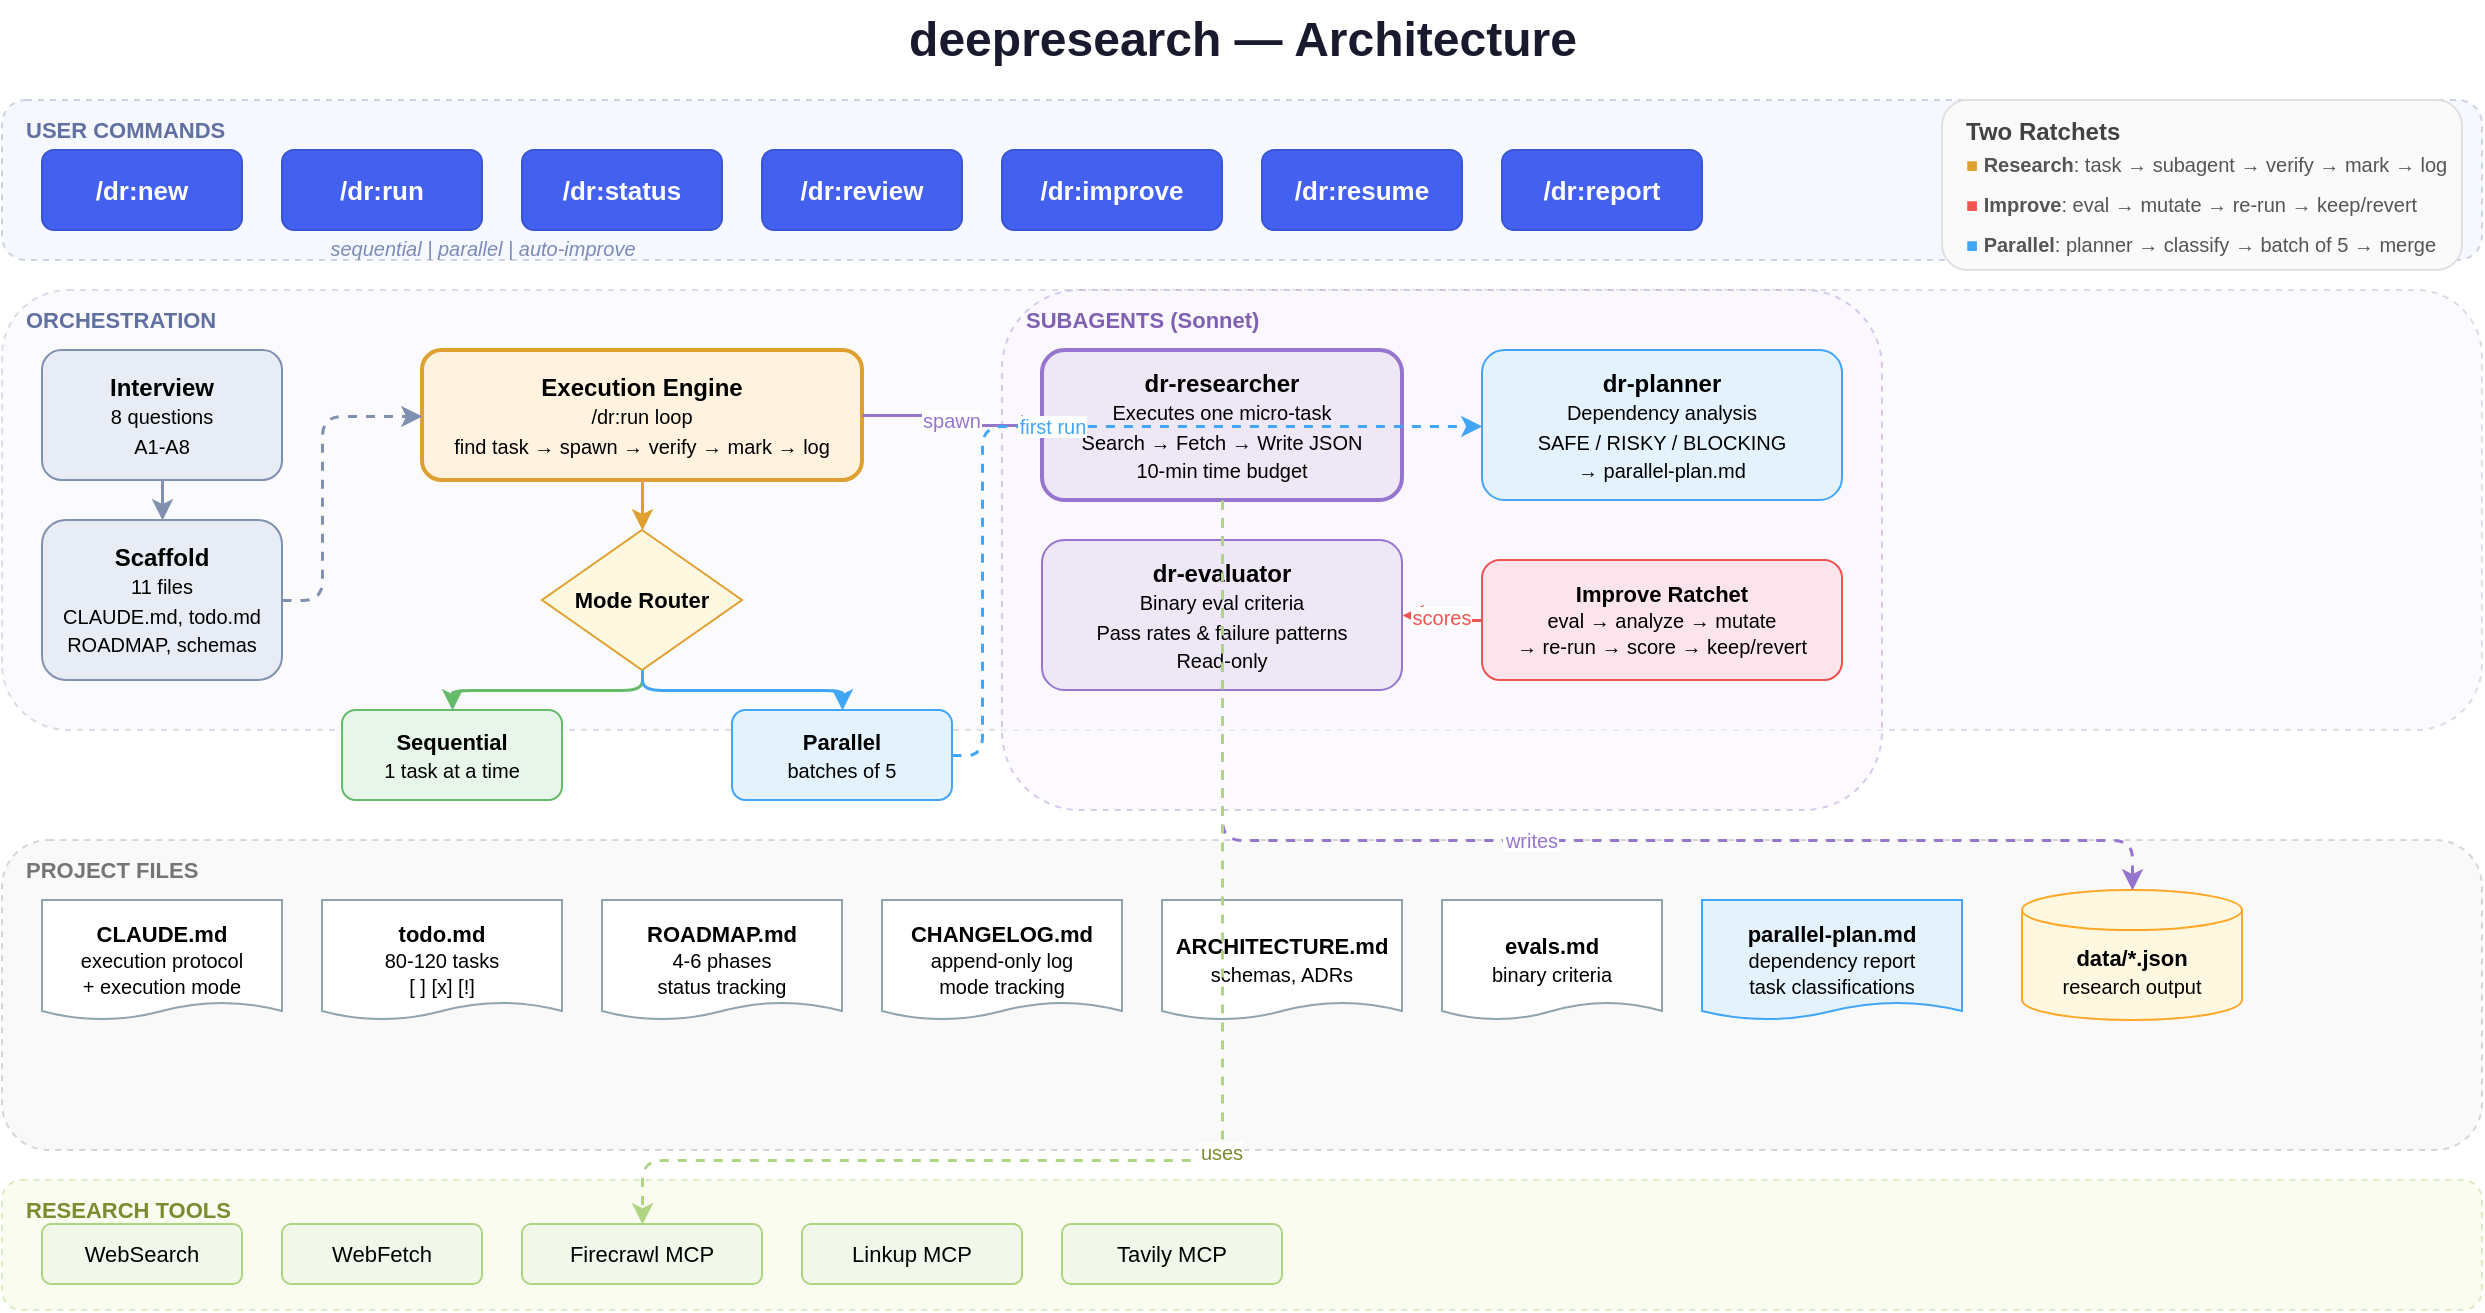
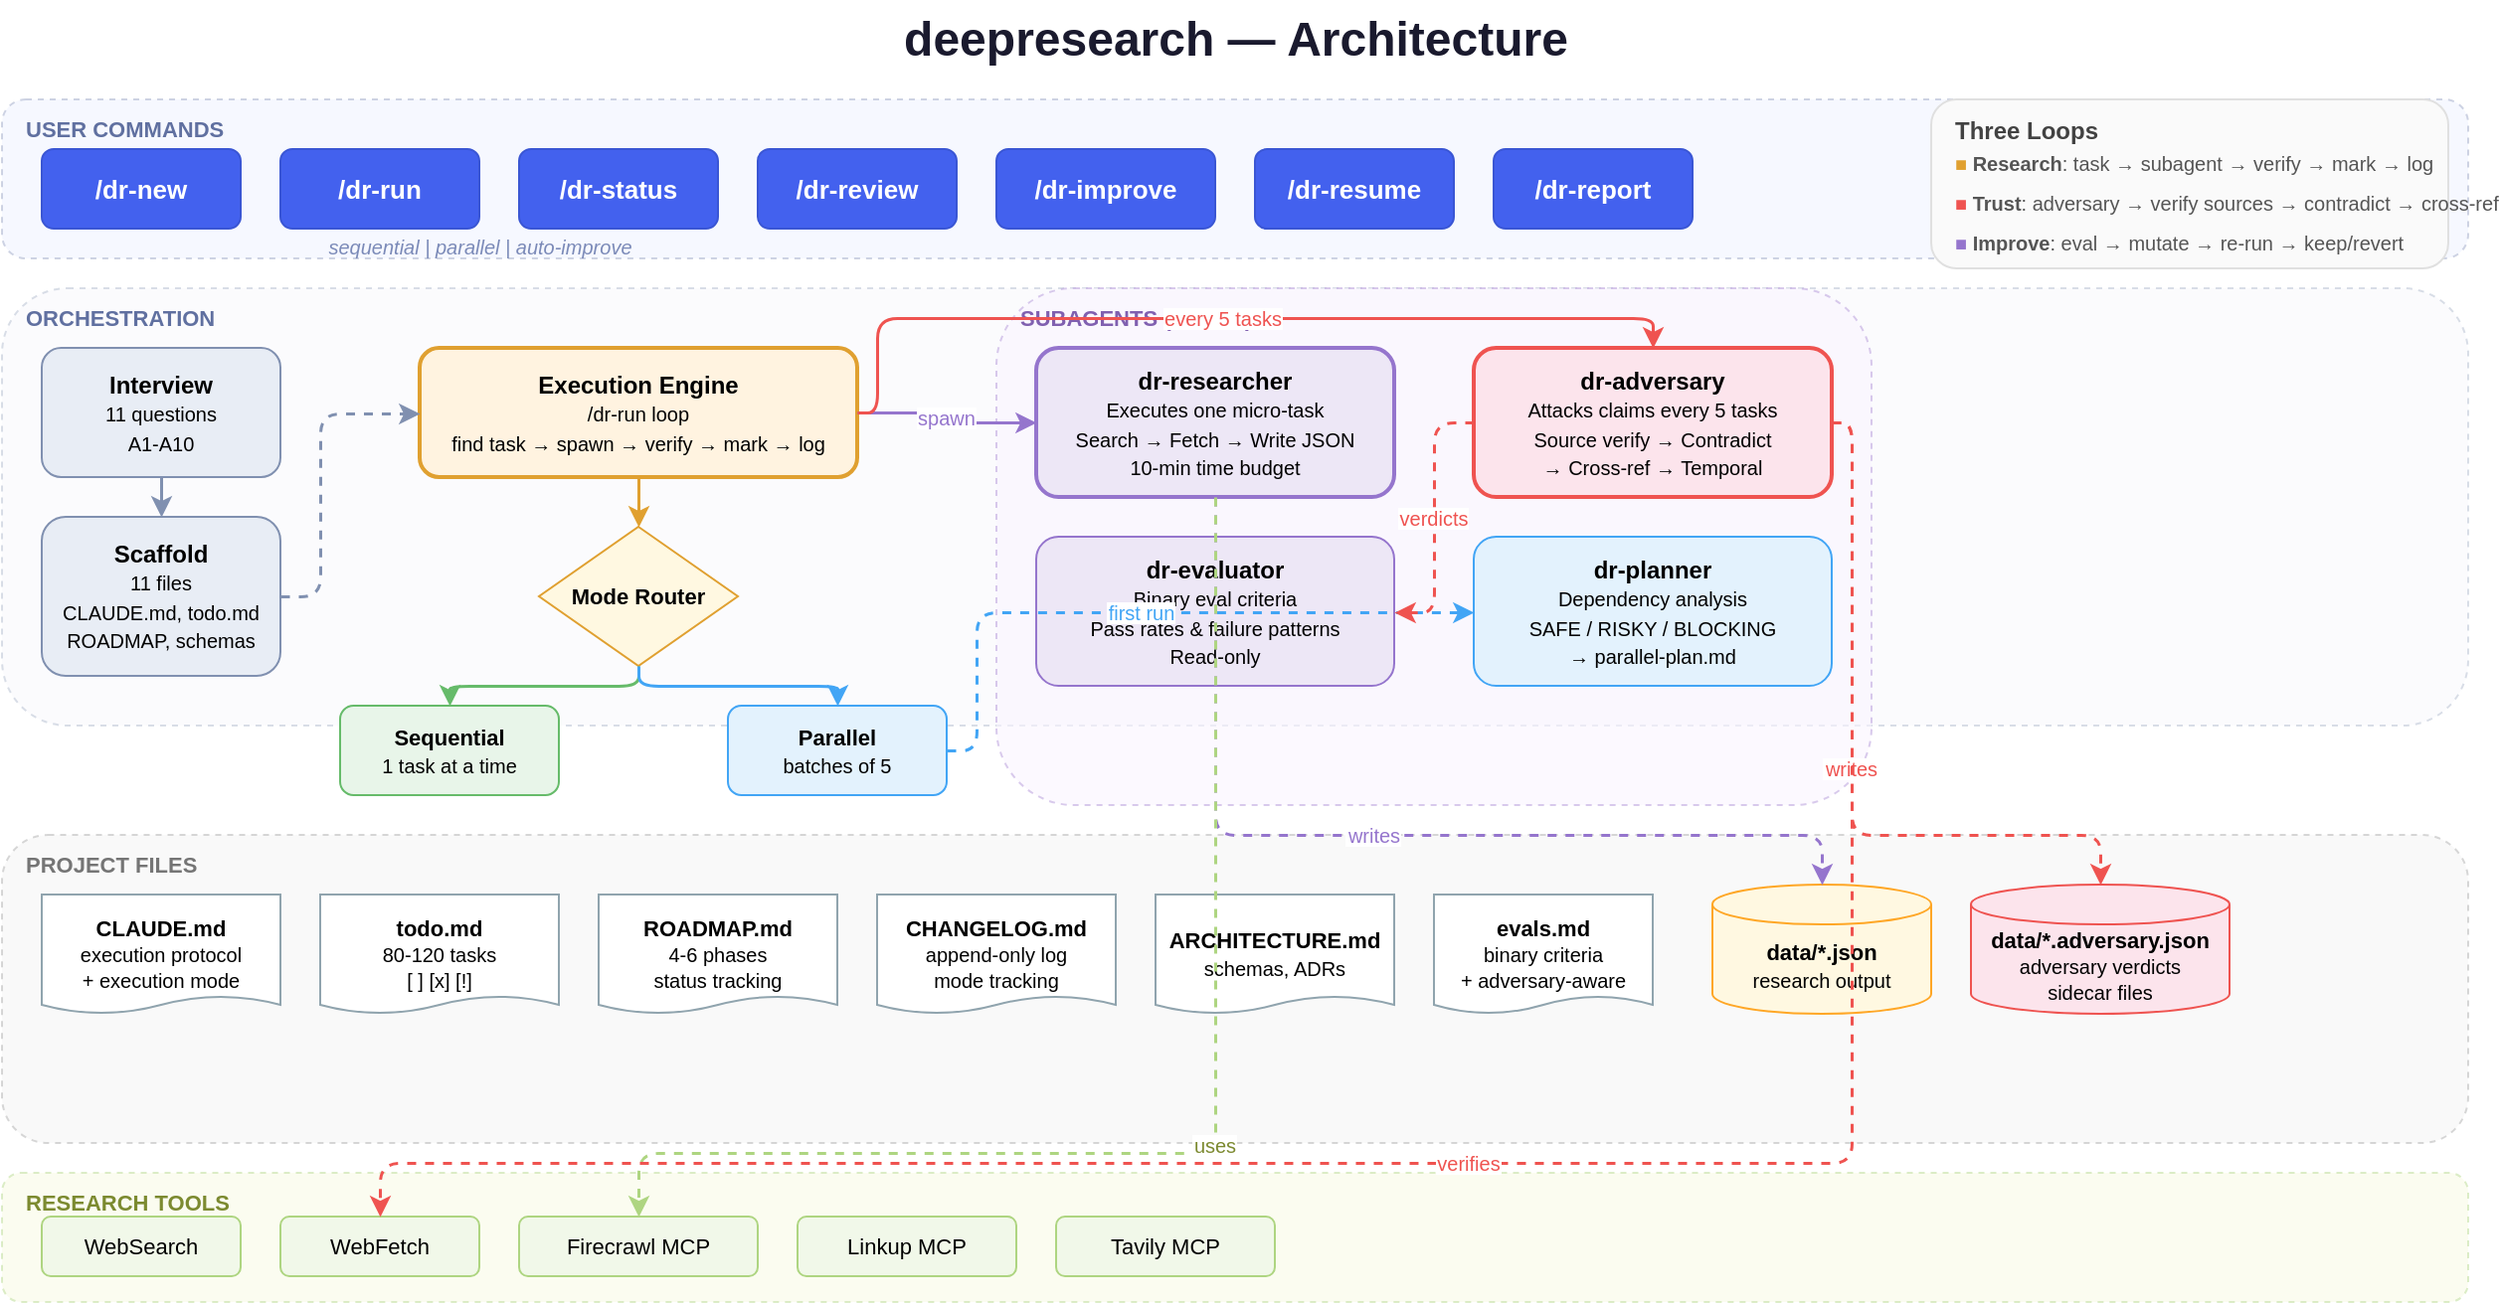
- <mxfile host="app.diagrams.net" modified="2026-04-06" agent="Claude" version="24.0.0" type="device">
+ <mxfile host="app.diagrams.net" modified="2026-04-12" agent="Claude" version="24.0.0" type="device">
  <diagram id="deepresearch-arch" name="Architecture">
-     <mxGraphModel dx="1400" dy="900" grid="1" gridSize="10" guides="1" tooltips="1" connect="1" arrows="1" fold="1" page="0" pageScale="1" pageWidth="1600" pageHeight="1000" math="0" shadow="0" background="#FFFFFF">
+     <mxGraphModel dx="1500" dy="1000" grid="1" gridSize="10" guides="1" tooltips="1" connect="1" arrows="1" fold="1" page="0" pageScale="1" pageWidth="1700" pageHeight="1100" math="0" shadow="0" background="#FFFFFF">
      <root>
        <mxCell id="0" />
        <mxCell id="1" parent="0" />

        <!-- Title -->
        <mxCell id="title" value="deepresearch — Architecture" style="text;html=1;fontSize=24;fontStyle=1;align=center;verticalAlign=middle;fontColor=#1a1a2e;" vertex="1" parent="1">
          <mxGeometry x="400" y="10" width="500" height="40" as="geometry" />
        </mxCell>

        <!-- ==================== USER LAYER ==================== -->
        <mxCell id="user_layer" value="" style="rounded=1;whiteSpace=wrap;html=1;fillColor=#f0f4ff;strokeColor=#b0b8d0;dashed=1;strokeWidth=1;opacity=60;" vertex="1" parent="1">
          <mxGeometry x="30" y="60" width="1240" height="80" as="geometry" />
        </mxCell>
        <mxCell id="user_label" value="USER COMMANDS" style="text;html=1;fontSize=11;fontStyle=1;align=left;verticalAlign=top;fontColor=#6070a0;" vertex="1" parent="1">
          <mxGeometry x="40" y="62" width="150" height="20" as="geometry" />
        </mxCell>

-         <!-- User Commands -->
-         <mxCell id="cmd_new" value="/dr:new" style="rounded=1;whiteSpace=wrap;html=1;fillColor=#4361ee;fontColor=#ffffff;strokeColor=#3a56d4;fontSize=13;fontStyle=1;shadow=0;" vertex="1" parent="1">
+         <!-- User Commands (FIXED: hyphens not colons) -->
+         <mxCell id="cmd_new" value="/dr-new" style="rounded=1;whiteSpace=wrap;html=1;fillColor=#4361ee;fontColor=#ffffff;strokeColor=#3a56d4;fontSize=13;fontStyle=1;shadow=0;" vertex="1" parent="1">
          <mxGeometry x="50" y="85" width="100" height="40" as="geometry" />
        </mxCell>
-         <mxCell id="cmd_run" value="/dr:run" style="rounded=1;whiteSpace=wrap;html=1;fillColor=#4361ee;fontColor=#ffffff;strokeColor=#3a56d4;fontSize=13;fontStyle=1;shadow=0;" vertex="1" parent="1">
+         <mxCell id="cmd_run" value="/dr-run" style="rounded=1;whiteSpace=wrap;html=1;fillColor=#4361ee;fontColor=#ffffff;strokeColor=#3a56d4;fontSize=13;fontStyle=1;shadow=0;" vertex="1" parent="1">
          <mxGeometry x="170" y="85" width="100" height="40" as="geometry" />
        </mxCell>
-         <mxCell id="cmd_status" value="/dr:status" style="rounded=1;whiteSpace=wrap;html=1;fillColor=#4361ee;fontColor=#ffffff;strokeColor=#3a56d4;fontSize=13;fontStyle=1;shadow=0;" vertex="1" parent="1">
+         <mxCell id="cmd_status" value="/dr-status" style="rounded=1;whiteSpace=wrap;html=1;fillColor=#4361ee;fontColor=#ffffff;strokeColor=#3a56d4;fontSize=13;fontStyle=1;shadow=0;" vertex="1" parent="1">
          <mxGeometry x="290" y="85" width="100" height="40" as="geometry" />
        </mxCell>
-         <mxCell id="cmd_review" value="/dr:review" style="rounded=1;whiteSpace=wrap;html=1;fillColor=#4361ee;fontColor=#ffffff;strokeColor=#3a56d4;fontSize=13;fontStyle=1;shadow=0;" vertex="1" parent="1">
+         <mxCell id="cmd_review" value="/dr-review" style="rounded=1;whiteSpace=wrap;html=1;fillColor=#4361ee;fontColor=#ffffff;strokeColor=#3a56d4;fontSize=13;fontStyle=1;shadow=0;" vertex="1" parent="1">
          <mxGeometry x="410" y="85" width="100" height="40" as="geometry" />
        </mxCell>
-         <mxCell id="cmd_improve" value="/dr:improve" style="rounded=1;whiteSpace=wrap;html=1;fillColor=#4361ee;fontColor=#ffffff;strokeColor=#3a56d4;fontSize=13;fontStyle=1;shadow=0;" vertex="1" parent="1">
+         <mxCell id="cmd_improve" value="/dr-improve" style="rounded=1;whiteSpace=wrap;html=1;fillColor=#4361ee;fontColor=#ffffff;strokeColor=#3a56d4;fontSize=13;fontStyle=1;shadow=0;" vertex="1" parent="1">
          <mxGeometry x="530" y="85" width="110" height="40" as="geometry" />
        </mxCell>
-         <mxCell id="cmd_resume" value="/dr:resume" style="rounded=1;whiteSpace=wrap;html=1;fillColor=#4361ee;fontColor=#ffffff;strokeColor=#3a56d4;fontSize=13;fontStyle=1;shadow=0;" vertex="1" parent="1">
+         <mxCell id="cmd_resume" value="/dr-resume" style="rounded=1;whiteSpace=wrap;html=1;fillColor=#4361ee;fontColor=#ffffff;strokeColor=#3a56d4;fontSize=13;fontStyle=1;shadow=0;" vertex="1" parent="1">
          <mxGeometry x="660" y="85" width="100" height="40" as="geometry" />
        </mxCell>
-         <mxCell id="cmd_report" value="/dr:report" style="rounded=1;whiteSpace=wrap;html=1;fillColor=#4361ee;fontColor=#ffffff;strokeColor=#3a56d4;fontSize=13;fontStyle=1;shadow=0;" vertex="1" parent="1">
+         <mxCell id="cmd_report" value="/dr-report" style="rounded=1;whiteSpace=wrap;html=1;fillColor=#4361ee;fontColor=#ffffff;strokeColor=#3a56d4;fontSize=13;fontStyle=1;shadow=0;" vertex="1" parent="1">
          <mxGeometry x="780" y="85" width="100" height="40" as="geometry" />
        </mxCell>

        <!-- Mode badges -->
        <mxCell id="mode_badge" value="sequential | parallel | auto-improve" style="text;html=1;fontSize=10;fontStyle=2;align=center;verticalAlign=middle;fontColor=#7b8ab8;" vertex="1" parent="1">
          <mxGeometry x="155" y="126" width="230" height="16" as="geometry" />
        </mxCell>

        <!-- ==================== ORCHESTRATION LAYER ==================== -->
        <mxCell id="orch_layer" value="" style="rounded=1;whiteSpace=wrap;html=1;fillColor=#f8f9fc;strokeColor=#c0c8d8;dashed=1;strokeWidth=1;opacity=60;" vertex="1" parent="1">
          <mxGeometry x="30" y="155" width="1240" height="220" as="geometry" />
        </mxCell>
        <mxCell id="orch_label" value="ORCHESTRATION" style="text;html=1;fontSize=11;fontStyle=1;align=left;verticalAlign=top;fontColor=#6070a0;" vertex="1" parent="1">
          <mxGeometry x="40" y="157" width="150" height="20" as="geometry" />
        </mxCell>

-         <!-- Interview -->
-         <mxCell id="interview" value="&lt;b&gt;Interview&lt;/b&gt;&lt;br&gt;&lt;font style=&quot;font-size:10px&quot;&gt;8 questions&lt;br&gt;A1-A8&lt;/font&gt;" style="rounded=1;whiteSpace=wrap;html=1;fillColor=#e8edf5;strokeColor=#8090b0;fontSize=12;shadow=0;" vertex="1" parent="1">
+         <!-- Interview (FIXED: 11 questions A1-A10) -->
+         <mxCell id="interview" value="&lt;b&gt;Interview&lt;/b&gt;&lt;br&gt;&lt;font style=&quot;font-size:10px&quot;&gt;11 questions&lt;br&gt;A1-A10&lt;/font&gt;" style="rounded=1;whiteSpace=wrap;html=1;fillColor=#e8edf5;strokeColor=#8090b0;fontSize=12;shadow=0;" vertex="1" parent="1">
          <mxGeometry x="50" y="185" width="120" height="65" as="geometry" />
        </mxCell>

        <!-- Scaffold -->
        <mxCell id="scaffold" value="&lt;b&gt;Scaffold&lt;/b&gt;&lt;br&gt;&lt;font style=&quot;font-size:10px&quot;&gt;11 files&lt;br&gt;CLAUDE.md, todo.md&lt;br&gt;ROADMAP, schemas&lt;/font&gt;" style="rounded=1;whiteSpace=wrap;html=1;fillColor=#e8edf5;strokeColor=#8090b0;fontSize=12;shadow=0;" vertex="1" parent="1">
          <mxGeometry x="50" y="270" width="120" height="80" as="geometry" />
        </mxCell>

        <!-- Arrow interview -> scaffold -->
        <mxCell id="e_int_scaf" style="edgeStyle=orthogonalEdgeStyle;rounded=1;strokeColor=#8090b0;strokeWidth=1.5;" edge="1" parent="1" source="interview" target="scaffold">
          <mxGeometry relative="1" as="geometry" />
        </mxCell>

-         <!-- Execution Engine -->
-         <mxCell id="exec_engine" value="&lt;b&gt;Execution Engine&lt;/b&gt;&lt;br&gt;&lt;font style=&quot;font-size:10px&quot;&gt;/dr:run loop&lt;br&gt;find task → spawn → verify → mark → log&lt;/font&gt;" style="rounded=1;whiteSpace=wrap;html=1;fillColor=#fff3e0;strokeColor=#e0a030;fontSize=12;shadow=0;strokeWidth=2;" vertex="1" parent="1">
+         <!-- Execution Engine (FIXED: /dr-run not /dr:run) -->
+         <mxCell id="exec_engine" value="&lt;b&gt;Execution Engine&lt;/b&gt;&lt;br&gt;&lt;font style=&quot;font-size:10px&quot;&gt;/dr-run loop&lt;br&gt;find task → spawn → verify → mark → log&lt;/font&gt;" style="rounded=1;whiteSpace=wrap;html=1;fillColor=#fff3e0;strokeColor=#e0a030;fontSize=12;shadow=0;strokeWidth=2;" vertex="1" parent="1">
          <mxGeometry x="240" y="185" width="220" height="65" as="geometry" />
        </mxCell>

        <!-- Mode Router -->
        <mxCell id="mode_router" value="&lt;b&gt;Mode Router&lt;/b&gt;" style="rhombus;whiteSpace=wrap;html=1;fillColor=#fff8e1;strokeColor=#e0a030;fontSize=11;shadow=0;" vertex="1" parent="1">
          <mxGeometry x="300" y="275" width="100" height="70" as="geometry" />
        </mxCell>

        <!-- Arrow engine -> router -->
        <mxCell id="e_eng_rout" style="edgeStyle=orthogonalEdgeStyle;rounded=1;strokeColor=#e0a030;strokeWidth=1.5;" edge="1" parent="1" source="exec_engine" target="mode_router">
          <mxGeometry relative="1" as="geometry" />
        </mxCell>

        <!-- Sequential path -->
        <mxCell id="seq_path" value="&lt;b&gt;Sequential&lt;/b&gt;&lt;br&gt;&lt;font style=&quot;font-size:10px&quot;&gt;1 task at a time&lt;/font&gt;" style="rounded=1;whiteSpace=wrap;html=1;fillColor=#e8f5e9;strokeColor=#66bb6a;fontSize=11;shadow=0;" vertex="1" parent="1">
          <mxGeometry x="200" y="365" width="110" height="45" as="geometry" />
        </mxCell>

        <!-- Parallel path -->
        <mxCell id="par_path" value="&lt;b&gt;Parallel&lt;/b&gt;&lt;br&gt;&lt;font style=&quot;font-size:10px&quot;&gt;batches of 5&lt;/font&gt;" style="rounded=1;whiteSpace=wrap;html=1;fillColor=#e3f2fd;strokeColor=#42a5f5;fontSize=11;shadow=0;" vertex="1" parent="1">
          <mxGeometry x="395" y="365" width="110" height="45" as="geometry" />
        </mxCell>

        <!-- Router arrows -->
        <mxCell id="e_rout_seq" style="edgeStyle=orthogonalEdgeStyle;rounded=1;strokeColor=#66bb6a;strokeWidth=1.5;" edge="1" parent="1" source="mode_router" target="seq_path">
          <mxGeometry relative="1" as="geometry" />
        </mxCell>
        <mxCell id="e_rout_par" style="edgeStyle=orthogonalEdgeStyle;rounded=1;strokeColor=#42a5f5;strokeWidth=1.5;" edge="1" parent="1" source="mode_router" target="par_path">
          <mxGeometry relative="1" as="geometry" />
        </mxCell>

        <!-- Scaffold -> Engine -->
        <mxCell id="e_scaf_eng" style="edgeStyle=orthogonalEdgeStyle;rounded=1;strokeColor=#8090b0;strokeWidth=1.5;dashed=1;" edge="1" parent="1" source="scaffold" target="exec_engine">
          <mxGeometry relative="1" as="geometry">
            <Array as="points">
              <mxPoint x="190" y="310" />
              <mxPoint x="190" y="218" />
            </Array>
          </mxGeometry>
        </mxCell>

-         <!-- ==================== SUBAGENTS ==================== -->
+         <!-- ==================== SUBAGENTS (FIXED: added dr-adversary) ==================== -->
        <mxCell id="agent_layer" value="" style="rounded=1;whiteSpace=wrap;html=1;fillColor=#faf5ff;strokeColor=#c0a8e0;dashed=1;strokeWidth=1;opacity=60;" vertex="1" parent="1">
          <mxGeometry x="530" y="155" width="440" height="260" as="geometry" />
        </mxCell>
        <mxCell id="agent_label" value="SUBAGENTS (Sonnet)" style="text;html=1;fontSize=11;fontStyle=1;align=left;verticalAlign=top;fontColor=#8060b0;" vertex="1" parent="1">
          <mxGeometry x="540" y="157" width="180" height="20" as="geometry" />
        </mxCell>

        <!-- Researcher -->
        <mxCell id="researcher" value="&lt;b&gt;dr-researcher&lt;/b&gt;&lt;br&gt;&lt;font style=&quot;font-size:10px&quot;&gt;Executes one micro-task&lt;br&gt;Search → Fetch → Write JSON&lt;br&gt;10-min time budget&lt;/font&gt;" style="rounded=1;whiteSpace=wrap;html=1;fillColor=#ede7f6;strokeColor=#9575cd;fontSize=12;shadow=0;strokeWidth=2;" vertex="1" parent="1">
          <mxGeometry x="550" y="185" width="180" height="75" as="geometry" />
        </mxCell>

+         <!-- Adversary (NEW - was missing) -->
+         <mxCell id="adversary" value="&lt;b&gt;dr-adversary&lt;/b&gt;&lt;br&gt;&lt;font style=&quot;font-size:10px&quot;&gt;Attacks claims every 5 tasks&lt;br&gt;Source verify → Contradict&lt;br&gt;→ Cross-ref → Temporal&lt;/font&gt;" style="rounded=1;whiteSpace=wrap;html=1;fillColor=#fce4ec;strokeColor=#ef5350;fontSize=12;shadow=0;strokeWidth=2;" vertex="1" parent="1">
+           <mxGeometry x="770" y="185" width="180" height="75" as="geometry" />
+         </mxCell>
+ 
        <!-- Evaluator -->
        <mxCell id="evaluator" value="&lt;b&gt;dr-evaluator&lt;/b&gt;&lt;br&gt;&lt;font style=&quot;font-size:10px&quot;&gt;Binary eval criteria&lt;br&gt;Pass rates &amp; failure patterns&lt;br&gt;Read-only&lt;/font&gt;" style="rounded=1;whiteSpace=wrap;html=1;fillColor=#ede7f6;strokeColor=#9575cd;fontSize=12;shadow=0;" vertex="1" parent="1">
          <mxGeometry x="550" y="280" width="180" height="75" as="geometry" />
        </mxCell>

        <!-- Planner -->
        <mxCell id="planner" value="&lt;b&gt;dr-planner&lt;/b&gt;&lt;br&gt;&lt;font style=&quot;font-size:10px&quot;&gt;Dependency analysis&lt;br&gt;SAFE / RISKY / BLOCKING&lt;br&gt;→ parallel-plan.md&lt;/font&gt;" style="rounded=1;whiteSpace=wrap;html=1;fillColor=#e3f2fd;strokeColor=#42a5f5;fontSize=12;shadow=0;" vertex="1" parent="1">
-           <mxGeometry x="770" y="185" width="180" height="75" as="geometry" />
+           <mxGeometry x="770" y="280" width="180" height="75" as="geometry" />
        </mxCell>

        <!-- Arrows engine -> agents -->
        <mxCell id="e_eng_res" value="spawn" style="edgeStyle=orthogonalEdgeStyle;rounded=1;strokeColor=#9575cd;strokeWidth=1.5;fontSize=10;fontColor=#9575cd;" edge="1" parent="1" source="exec_engine" target="researcher">
          <mxGeometry relative="1" as="geometry" />
        </mxCell>

+         <!-- Arrow engine -> adversary (every 5 tasks) -->
+         <mxCell id="e_eng_adv" value="every 5 tasks" style="edgeStyle=orthogonalEdgeStyle;rounded=1;strokeColor=#ef5350;strokeWidth=1.5;fontSize=10;fontColor=#ef5350;" edge="1" parent="1" source="exec_engine" target="adversary">
+           <mxGeometry relative="1" as="geometry">
+             <Array as="points">
+               <mxPoint x="470" y="218" />
+               <mxPoint x="470" y="170" />
+               <mxPoint x="860" y="170" />
+             </Array>
+           </mxGeometry>
+         </mxCell>
+ 
        <!-- Arrow parallel -> planner -->
        <mxCell id="e_par_plan" value="first run" style="edgeStyle=orthogonalEdgeStyle;rounded=1;strokeColor=#42a5f5;strokeWidth=1.5;dashed=1;fontSize=10;fontColor=#42a5f5;" edge="1" parent="1" source="par_path" target="planner">
          <mxGeometry relative="1" as="geometry">
            <Array as="points">
              <mxPoint x="520" y="388" />
-               <mxPoint x="520" y="223" />
-             </Array>
-           </mxGeometry>
-         </mxCell>
- 
-         <!-- Improve ratchet -->
-         <mxCell id="improve_box" value="&lt;b&gt;Improve Ratchet&lt;/b&gt;&lt;br&gt;&lt;font style=&quot;font-size:10px&quot;&gt;eval → analyze → mutate&lt;br&gt;→ re-run → score → keep/revert&lt;/font&gt;" style="rounded=1;whiteSpace=wrap;html=1;fillColor=#fce4ec;strokeColor=#ef5350;fontSize=11;shadow=0;" vertex="1" parent="1">
-           <mxGeometry x="770" y="290" width="180" height="60" as="geometry" />
-         </mxCell>
- 
-         <!-- Arrow improve -> evaluator -->
-         <mxCell id="e_imp_eval" value="scores" style="edgeStyle=orthogonalEdgeStyle;rounded=1;strokeColor=#ef5350;strokeWidth=1.5;fontSize=10;fontColor=#ef5350;" edge="1" parent="1" source="improve_box" target="evaluator">
-           <mxGeometry relative="1" as="geometry" />
+               <mxPoint x="520" y="318" />
+             </Array>
+           </mxGeometry>
+         </mxCell>
+ 
+         <!-- Arrow adversary -> evaluator (adversary verdicts feed into evaluation) -->
+         <mxCell id="e_adv_eval" value="verdicts" style="edgeStyle=orthogonalEdgeStyle;rounded=1;strokeColor=#ef5350;strokeWidth=1.5;dashed=1;fontSize=10;fontColor=#ef5350;" edge="1" parent="1" source="adversary" target="evaluator">
+           <mxGeometry relative="1" as="geometry">
+             <Array as="points">
+               <mxPoint x="750" y="318" />
+             </Array>
+           </mxGeometry>
        </mxCell>

        <!-- ==================== DATA LAYER ==================== -->
        <mxCell id="data_layer" value="" style="rounded=1;whiteSpace=wrap;html=1;fillColor=#f5f5f5;strokeColor=#bdbdbd;dashed=1;strokeWidth=1;opacity=60;" vertex="1" parent="1">
          <mxGeometry x="30" y="430" width="1240" height="155" as="geometry" />
        </mxCell>
        <mxCell id="data_label" value="PROJECT FILES" style="text;html=1;fontSize=11;fontStyle=1;align=left;verticalAlign=top;fontColor=#757575;" vertex="1" parent="1">
          <mxGeometry x="40" y="432" width="150" height="20" as="geometry" />
        </mxCell>

        <!-- File groups -->
        <mxCell id="f_claude" value="&lt;b&gt;CLAUDE.md&lt;/b&gt;&lt;br&gt;&lt;font style=&quot;font-size:10px&quot;&gt;execution protocol&lt;br&gt;+ execution mode&lt;/font&gt;" style="shape=document;whiteSpace=wrap;html=1;fillColor=#ffffff;strokeColor=#90a4ae;fontSize=11;shadow=0;size=0.15;" vertex="1" parent="1">
          <mxGeometry x="50" y="460" width="120" height="60" as="geometry" />
        </mxCell>
        <mxCell id="f_todo" value="&lt;b&gt;todo.md&lt;/b&gt;&lt;br&gt;&lt;font style=&quot;font-size:10px&quot;&gt;80-120 tasks&lt;br&gt;[ ] [x] [!]&lt;/font&gt;" style="shape=document;whiteSpace=wrap;html=1;fillColor=#ffffff;strokeColor=#90a4ae;fontSize=11;shadow=0;size=0.15;" vertex="1" parent="1">
          <mxGeometry x="190" y="460" width="120" height="60" as="geometry" />
        </mxCell>
        <mxCell id="f_roadmap" value="&lt;b&gt;ROADMAP.md&lt;/b&gt;&lt;br&gt;&lt;font style=&quot;font-size:10px&quot;&gt;4-6 phases&lt;br&gt;status tracking&lt;/font&gt;" style="shape=document;whiteSpace=wrap;html=1;fillColor=#ffffff;strokeColor=#90a4ae;fontSize=11;shadow=0;size=0.15;" vertex="1" parent="1">
          <mxGeometry x="330" y="460" width="120" height="60" as="geometry" />
        </mxCell>
        <mxCell id="f_changelog" value="&lt;b&gt;CHANGELOG.md&lt;/b&gt;&lt;br&gt;&lt;font style=&quot;font-size:10px&quot;&gt;append-only log&lt;br&gt;mode tracking&lt;/font&gt;" style="shape=document;whiteSpace=wrap;html=1;fillColor=#ffffff;strokeColor=#90a4ae;fontSize=11;shadow=0;size=0.15;" vertex="1" parent="1">
          <mxGeometry x="470" y="460" width="120" height="60" as="geometry" />
        </mxCell>
        <mxCell id="f_arch" value="&lt;b&gt;ARCHITECTURE.md&lt;/b&gt;&lt;br&gt;&lt;font style=&quot;font-size:10px&quot;&gt;schemas, ADRs&lt;/font&gt;" style="shape=document;whiteSpace=wrap;html=1;fillColor=#ffffff;strokeColor=#90a4ae;fontSize=11;shadow=0;size=0.15;" vertex="1" parent="1">
          <mxGeometry x="610" y="460" width="120" height="60" as="geometry" />
        </mxCell>
-         <mxCell id="f_evals" value="&lt;b&gt;evals.md&lt;/b&gt;&lt;br&gt;&lt;font style=&quot;font-size:10px&quot;&gt;binary criteria&lt;/font&gt;" style="shape=document;whiteSpace=wrap;html=1;fillColor=#ffffff;strokeColor=#90a4ae;fontSize=11;shadow=0;size=0.15;" vertex="1" parent="1">
+         <mxCell id="f_evals" value="&lt;b&gt;evals.md&lt;/b&gt;&lt;br&gt;&lt;font style=&quot;font-size:10px&quot;&gt;binary criteria&lt;br&gt;+ adversary-aware&lt;/font&gt;" style="shape=document;whiteSpace=wrap;html=1;fillColor=#ffffff;strokeColor=#90a4ae;fontSize=11;shadow=0;size=0.15;" vertex="1" parent="1">
          <mxGeometry x="750" y="460" width="110" height="60" as="geometry" />
        </mxCell>
-         <mxCell id="f_plan" value="&lt;b&gt;parallel-plan.md&lt;/b&gt;&lt;br&gt;&lt;font style=&quot;font-size:10px&quot;&gt;dependency report&lt;br&gt;task classifications&lt;/font&gt;" style="shape=document;whiteSpace=wrap;html=1;fillColor=#e3f2fd;strokeColor=#42a5f5;fontSize=11;shadow=0;size=0.15;" vertex="1" parent="1">
-           <mxGeometry x="880" y="460" width="130" height="60" as="geometry" />
-         </mxCell>
        <mxCell id="f_data" value="&lt;b&gt;data/*.json&lt;/b&gt;&lt;br&gt;&lt;font style=&quot;font-size:10px&quot;&gt;research output&lt;/font&gt;" style="shape=cylinder3;whiteSpace=wrap;html=1;fillColor=#fff8e1;strokeColor=#ffa726;fontSize=11;shadow=0;size=10;boundedLbl=1;" vertex="1" parent="1">
-           <mxGeometry x="1040" y="455" width="110" height="65" as="geometry" />
+           <mxGeometry x="890" y="455" width="110" height="65" as="geometry" />
+         </mxCell>
+         <!-- Adversary sidecar files (NEW) -->
+         <mxCell id="f_adversary_data" value="&lt;b&gt;data/*.adversary.json&lt;/b&gt;&lt;br&gt;&lt;font style=&quot;font-size:10px&quot;&gt;adversary verdicts&lt;br&gt;sidecar files&lt;/font&gt;" style="shape=cylinder3;whiteSpace=wrap;html=1;fillColor=#fce4ec;strokeColor=#ef5350;fontSize=11;shadow=0;size=10;boundedLbl=1;" vertex="1" parent="1">
+           <mxGeometry x="1020" y="455" width="130" height="65" as="geometry" />
        </mxCell>

        <!-- Data arrows from researcher -->
        <mxCell id="e_res_data" value="writes" style="edgeStyle=orthogonalEdgeStyle;rounded=1;strokeColor=#9575cd;strokeWidth=1.5;dashed=1;fontSize=10;fontColor=#9575cd;" edge="1" parent="1" source="researcher" target="f_data">
          <mxGeometry relative="1" as="geometry">
            <Array as="points">
              <mxPoint x="640" y="430" />
-               <mxPoint x="1095" y="430" />
-             </Array>
-           </mxGeometry>
-         </mxCell>
- 
-         <!-- ==================== TWO RATCHETS LEGEND ==================== -->
+               <mxPoint x="945" y="430" />
+             </Array>
+           </mxGeometry>
+         </mxCell>
+ 
+         <!-- Data arrow from adversary to sidecar files -->
+         <mxCell id="e_adv_data" value="writes" style="edgeStyle=orthogonalEdgeStyle;rounded=1;strokeColor=#ef5350;strokeWidth=1.5;dashed=1;fontSize=10;fontColor=#ef5350;" edge="1" parent="1" source="adversary" target="f_adversary_data">
+           <mxGeometry relative="1" as="geometry">
+             <Array as="points">
+               <mxPoint x="960" y="223" />
+               <mxPoint x="960" y="430" />
+               <mxPoint x="1085" y="430" />
+             </Array>
+           </mxGeometry>
+         </mxCell>
+ 
+         <!-- ==================== THREE LOOPS LEGEND (FIXED: was "Two Ratchets") ==================== -->
        <mxCell id="legend_box" value="" style="rounded=1;whiteSpace=wrap;html=1;fillColor=#fafafa;strokeColor=#e0e0e0;strokeWidth=1;" vertex="1" parent="1">
          <mxGeometry x="1000" y="60" width="260" height="85" as="geometry" />
        </mxCell>
-         <mxCell id="legend_title" value="Two Ratchets" style="text;html=1;fontSize=12;fontStyle=1;align=left;verticalAlign=top;fontColor=#424242;" vertex="1" parent="1">
+         <mxCell id="legend_title" value="Three Loops" style="text;html=1;fontSize=12;fontStyle=1;align=left;verticalAlign=top;fontColor=#424242;" vertex="1" parent="1">
          <mxGeometry x="1010" y="62" width="120" height="20" as="geometry" />
        </mxCell>
        <mxCell id="legend1" value="&lt;font color=&quot;#e0a030&quot;&gt;&#9632;&lt;/font&gt; &lt;b&gt;Research&lt;/b&gt;: task → subagent → verify → mark → log" style="text;html=1;fontSize=10;align=left;verticalAlign=middle;fontColor=#555;" vertex="1" parent="1">
          <mxGeometry x="1010" y="82" width="240" height="20" as="geometry" />
        </mxCell>
-         <mxCell id="legend2" value="&lt;font color=&quot;#ef5350&quot;&gt;&#9632;&lt;/font&gt; &lt;b&gt;Improve&lt;/b&gt;: eval → mutate → re-run → keep/revert" style="text;html=1;fontSize=10;align=left;verticalAlign=middle;fontColor=#555;" vertex="1" parent="1">
+         <mxCell id="legend2" value="&lt;font color=&quot;#ef5350&quot;&gt;&#9632;&lt;/font&gt; &lt;b&gt;Trust&lt;/b&gt;: adversary → verify sources → contradict → cross-ref" style="text;html=1;fontSize=10;align=left;verticalAlign=middle;fontColor=#555;" vertex="1" parent="1">
          <mxGeometry x="1010" y="102" width="240" height="20" as="geometry" />
        </mxCell>
-         <mxCell id="legend3" value="&lt;font color=&quot;#42a5f5&quot;&gt;&#9632;&lt;/font&gt; &lt;b&gt;Parallel&lt;/b&gt;: planner → classify → batch of 5 → merge" style="text;html=1;fontSize=10;align=left;verticalAlign=middle;fontColor=#555;" vertex="1" parent="1">
+         <mxCell id="legend3" value="&lt;font color=&quot;#9575cd&quot;&gt;&#9632;&lt;/font&gt; &lt;b&gt;Improve&lt;/b&gt;: eval → mutate → re-run → keep/revert" style="text;html=1;fontSize=10;align=left;verticalAlign=middle;fontColor=#555;" vertex="1" parent="1">
          <mxGeometry x="1010" y="122" width="240" height="20" as="geometry" />
        </mxCell>

        <!-- ==================== TOOL LAYER ==================== -->
        <mxCell id="tool_layer" value="" style="rounded=1;whiteSpace=wrap;html=1;fillColor=#f9fbe7;strokeColor=#c5e1a5;dashed=1;strokeWidth=1;opacity=60;" vertex="1" parent="1">
          <mxGeometry x="30" y="600" width="1240" height="65" as="geometry" />
        </mxCell>
        <mxCell id="tool_label" value="RESEARCH TOOLS" style="text;html=1;fontSize=11;fontStyle=1;align=left;verticalAlign=top;fontColor=#7c8a30;" vertex="1" parent="1">
          <mxGeometry x="40" y="602" width="150" height="20" as="geometry" />
        </mxCell>

        <mxCell id="t_ws" value="WebSearch" style="rounded=1;whiteSpace=wrap;html=1;fillColor=#f1f8e9;strokeColor=#aed581;fontSize=11;shadow=0;" vertex="1" parent="1">
          <mxGeometry x="50" y="622" width="100" height="30" as="geometry" />
        </mxCell>
        <mxCell id="t_wf" value="WebFetch" style="rounded=1;whiteSpace=wrap;html=1;fillColor=#f1f8e9;strokeColor=#aed581;fontSize=11;shadow=0;" vertex="1" parent="1">
          <mxGeometry x="170" y="622" width="100" height="30" as="geometry" />
        </mxCell>
        <mxCell id="t_fc" value="Firecrawl MCP" style="rounded=1;whiteSpace=wrap;html=1;fillColor=#f1f8e9;strokeColor=#aed581;fontSize=11;shadow=0;" vertex="1" parent="1">
          <mxGeometry x="290" y="622" width="120" height="30" as="geometry" />
        </mxCell>
        <mxCell id="t_lu" value="Linkup MCP" style="rounded=1;whiteSpace=wrap;html=1;fillColor=#f1f8e9;strokeColor=#aed581;fontSize=11;shadow=0;" vertex="1" parent="1">
          <mxGeometry x="430" y="622" width="110" height="30" as="geometry" />
        </mxCell>
        <mxCell id="t_tv" value="Tavily MCP" style="rounded=1;whiteSpace=wrap;html=1;fillColor=#f1f8e9;strokeColor=#aed581;fontSize=11;shadow=0;" vertex="1" parent="1">
          <mxGeometry x="560" y="622" width="110" height="30" as="geometry" />
        </mxCell>

        <!-- Arrow researcher -> tools -->
        <mxCell id="e_res_tools" value="uses" style="edgeStyle=orthogonalEdgeStyle;rounded=1;strokeColor=#aed581;strokeWidth=1.5;dashed=1;fontSize=10;fontColor=#7c8a30;" edge="1" parent="1" source="researcher" target="t_fc">
          <mxGeometry relative="1" as="geometry">
            <Array as="points">
              <mxPoint x="640" y="590" />
              <mxPoint x="350" y="590" />
+             </Array>
+           </mxGeometry>
+         </mxCell>
+ 
+         <!-- Arrow adversary -> tools (adversary also fetches sources) -->
+         <mxCell id="e_adv_tools" value="verifies" style="edgeStyle=orthogonalEdgeStyle;rounded=1;strokeColor=#ef5350;strokeWidth=1.5;dashed=1;fontSize=10;fontColor=#ef5350;" edge="1" parent="1" source="adversary" target="t_wf">
+           <mxGeometry relative="1" as="geometry">
+             <Array as="points">
+               <mxPoint x="960" y="595" />
+               <mxPoint x="220" y="595" />
            </Array>
          </mxGeometry>
        </mxCell>

      </root>
    </mxGraphModel>
  </diagram>
</mxfile>
